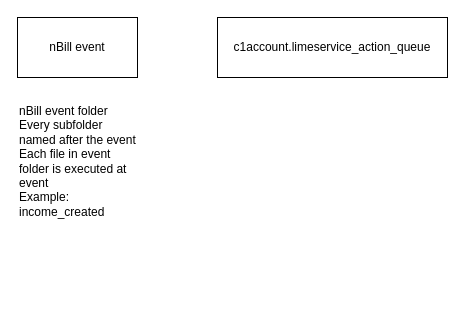
Above: Untitled Diagram.drawio in olleharstedt/diagrams.net (draw.io), before the change. Source tidied: cells renumbered, new cells numbered last; positions are measured from the earlier drawing's top-left corner, leaving out a move shared by most shapes. Both pictures are drawn from the tidied source at 100%, with x=0, y=0 at pixel (17, 17).
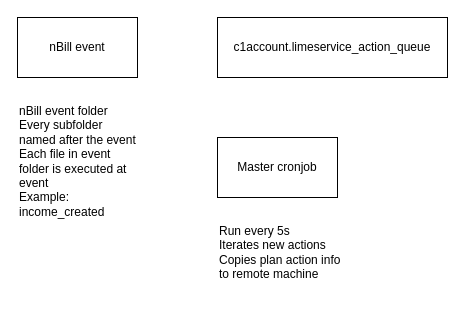
After the change.

The edit, as a diff of the source:
```diff
@@
 <mxGraphModel>
   <root>
     <mxCell id="0" />
     <mxCell id="1" parent="0" />
     <mxCell id="2" value="nBill event" style="rounded=0;whiteSpace=wrap;html=1;" parent="1" vertex="1">
       <mxGeometry width="120" height="60" as="geometry" />
     </mxCell>
     <mxCell id="3" value="c1account.limeservice_action_queue" style="rounded=0;whiteSpace=wrap;html=1;" parent="1" vertex="1">
       <mxGeometry x="200" width="230" height="60" as="geometry" />
     </mxCell>
     <mxCell id="4" value="&lt;div&gt;nBill event folder&lt;/div&gt;&lt;div&gt;Every subfolder named after the event&lt;/div&gt;&lt;div&gt;Each file in event folder is executed at event&lt;/div&gt;&lt;div&gt;Example: income_created&lt;br&gt;&lt;/div&gt;" style="text;html=1;strokeColor=none;fillColor=none;align=left;verticalAlign=top;whiteSpace=wrap;rounded=0;" parent="1" vertex="1">
       <mxGeometry y="80" width="120" height="100" as="geometry" />
     </mxCell>
+    <mxCell id="5" value="Master cronjob" style="rounded=0;whiteSpace=wrap;html=1;align=center;verticalAlign=middle;" parent="1" vertex="1">
+      <mxGeometry x="200" y="120" width="120" height="60" as="geometry" />
+    </mxCell>
+    <mxCell id="6" value="&lt;div&gt;Run every 5s&lt;/div&gt;&lt;div&gt;Iterates new actions&lt;/div&gt;&lt;div&gt;Copies plan action info to remote machine&lt;br&gt;&lt;/div&gt;" style="text;html=1;strokeColor=none;fillColor=none;align=left;verticalAlign=top;whiteSpace=wrap;rounded=0;" parent="1" vertex="1">
+      <mxGeometry x="200" y="200" width="130" height="100" as="geometry" />
+    </mxCell>
   </root>
 </mxGraphModel>
```
